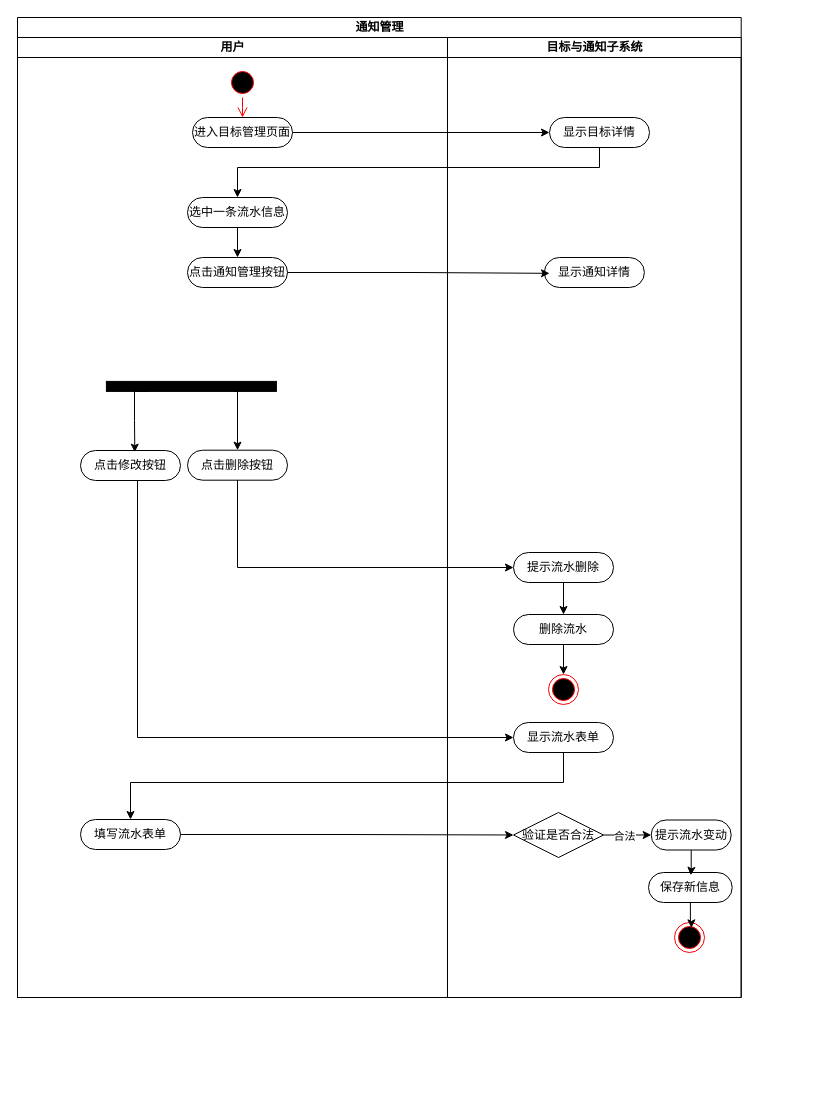
Above: 通知管理活动图.drawio in PomeloLemon/SoftwareDiagrams (draw.io), before the change. Source tidied: cells renumbered, new cells numbered last; positions are measured from the earlier drawing's top-left corner, leaving out a move shared by most shapes. Both pictures are drawn from the tidied source at 100%, with x=0, y=0 at pixel (17, 17).
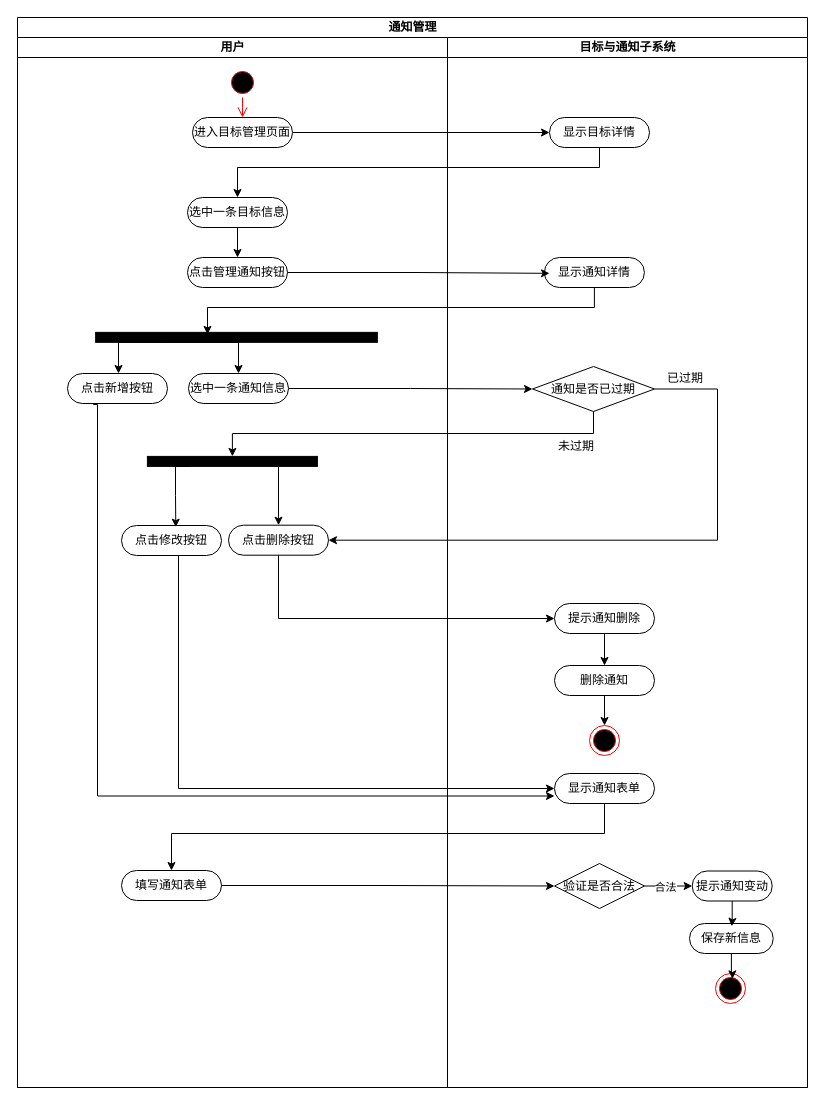
Above is the later version.

Commit message (it also covers changes not shown here):
更新通知管理活动图.drawio

Diff of the diagram source:
```diff
@@
     <mxCell id="2" value="通知管理" style="swimlane;startSize=20;html=1;" parent="1" vertex="1">
-      <mxGeometry width="723.7" height="980" as="geometry" />
+      <mxGeometry width="790" height="1070" as="geometry" />
     </mxCell>
@@
     <mxCell id="4" value="用户" style="swimlane;startSize=20;html=1;" parent="2" vertex="1">
-      <mxGeometry y="20" width="430" height="960" as="geometry" />
+      <mxGeometry y="20" width="430" height="1050" as="geometry" />
     </mxCell>
@@
-    <mxCell id="9" value="选中一条流水信息" style="rounded=1;whiteSpace=wrap;html=1;shadow=0;comic=0;labelBackgroundColor=none;strokeWidth=1;fontFamily=Verdana;fontSize=12;align=center;arcSize=50;" parent="4" vertex="1">
+    <mxCell id="9" value="选中一条目标信息" style="rounded=1;whiteSpace=wrap;html=1;shadow=0;comic=0;labelBackgroundColor=none;strokeWidth=1;fontFamily=Verdana;fontSize=12;align=center;arcSize=50;" parent="4" vertex="1">
       <mxGeometry x="170" y="160" width="100" height="30" as="geometry" />
     </mxCell>
-    <mxCell id="10" style="edgeStyle=orthogonalEdgeStyle;rounded=0;jettySize=auto;html=1;exitX=0.25;exitY=0;exitDx=0;exitDy=0;entryX=0.5;entryY=0;entryDx=0;entryDy=0;" parent="4" edge="1" source="11" target="12">
-      <mxGeometry relative="1" as="geometry">
-        <Array as="points">
-          <mxPoint x="220" y="354" />
-        </Array>
-      </mxGeometry>
-    </mxCell>
-    <mxCell id="11" style="whiteSpace=wrap;html=1;rounded=0;shadow=0;comic=0;labelBackgroundColor=none;strokeWidth=1;fillColor=#000000;fontFamily=Verdana;fontSize=12;align=center;rotation=90;direction=south;" parent="4" vertex="1">
-      <mxGeometry x="168.9" y="263.9" width="10" height="170" as="geometry" />
-    </mxCell>
+    <mxCell id="15" value="点击管理通知按钮" style="rounded=1;whiteSpace=wrap;html=1;shadow=0;comic=0;labelBackgroundColor=none;strokeWidth=1;fontFamily=Verdana;fontSize=12;align=center;arcSize=50;" parent="4" vertex="1">
+      <mxGeometry x="170" y="220" width="100" height="30" as="geometry" />
+    </mxCell>
+    <mxCell id="17" value="目标与通知子系统" style="swimlane;startSize=20;html=1;" parent="2" vertex="1">
+      <mxGeometry x="430" y="20" width="360" height="1050" as="geometry" />
+    </mxCell>
+    <mxCell id="18" value="显示目标详情" style="rounded=1;whiteSpace=wrap;html=1;shadow=0;comic=0;labelBackgroundColor=none;strokeWidth=1;fontFamily=Verdana;fontSize=12;align=center;arcSize=50;" parent="17" vertex="1">
+      <mxGeometry x="102" y="80" width="100" height="30" as="geometry" />
+    </mxCell>
+    <mxCell id="33" value="显示通知详情" style="rounded=1;whiteSpace=wrap;html=1;shadow=0;comic=0;labelBackgroundColor=none;strokeWidth=1;fontFamily=Verdana;fontSize=12;align=center;arcSize=50;" parent="17" vertex="1">
+      <mxGeometry x="96.9" y="220" width="100" height="30" as="geometry" />
+    </mxCell>
+    <mxCell id="38" style="edgeStyle=orthogonalEdgeStyle;rounded=0;jettySize=auto;html=1;entryX=0.5;entryY=0;entryDx=0;entryDy=0;" parent="2" edge="1" source="18" target="9">
+      <mxGeometry relative="1" as="geometry">
+        <Array as="points">
+          <mxPoint x="582" y="150" />
+          <mxPoint x="220" y="150" />
+        </Array>
+      </mxGeometry>
+    </mxCell>
+    <mxCell id="39" style="edgeStyle=orthogonalEdgeStyle;rounded=0;jettySize=auto;html=1;entryX=0.051;entryY=0.528;entryDx=0;entryDy=0;entryPerimeter=0;" parent="2" edge="1" source="15" target="33">
+      <mxGeometry relative="1" as="geometry" />
+    </mxCell>
+    <mxCell id="40" style="edgeStyle=orthogonalEdgeStyle;rounded=0;jettySize=auto;html=1;entryX=0.5;entryY=1;entryDx=0;entryDy=0;" parent="1" edge="1" source="33">
+      <mxGeometry relative="1" as="geometry">
+        <mxPoint x="190" y="316.9" as="targetPoint" />
+        <Array as="points">
+          <mxPoint x="577" y="290" />
+          <mxPoint x="190" y="290" />
+        </Array>
+      </mxGeometry>
+    </mxCell>
+    <mxCell id="41" style="edgeStyle=orthogonalEdgeStyle;rounded=0;jettySize=auto;html=1;exitX=0.75;exitY=0;exitDx=0;exitDy=0;entryX=0.5;entryY=0;entryDx=0;entryDy=0;" parent="1" edge="1" source="43" target="44">
+      <mxGeometry relative="1" as="geometry">
+        <Array as="points">
+          <mxPoint x="221" y="325" />
+        </Array>
+      </mxGeometry>
+    </mxCell>
+    <mxCell id="42" style="edgeStyle=orthogonalEdgeStyle;rounded=0;jettySize=auto;html=1;exitX=0.75;exitY=0;exitDx=0;exitDy=0;entryX=0.5;entryY=0;entryDx=0;entryDy=0;" parent="1" edge="1" source="43">
+      <mxGeometry relative="1" as="geometry">
+        <mxPoint x="101" y="356" as="targetPoint" />
+        <Array as="points">
+          <mxPoint x="101" y="325" />
+        </Array>
+      </mxGeometry>
+    </mxCell>
+    <mxCell id="43" style="whiteSpace=wrap;html=1;rounded=0;shadow=0;comic=0;labelBackgroundColor=none;strokeWidth=1;fillColor=#000000;fontFamily=Verdana;fontSize=12;align=center;rotation=90;direction=south;" parent="1" vertex="1">
+      <mxGeometry x="214" y="179" width="10" height="281.7" as="geometry" />
+    </mxCell>
+    <mxCell id="44" value="选中一条通知信息" style="rounded=1;whiteSpace=wrap;html=1;shadow=0;comic=0;labelBackgroundColor=none;strokeWidth=1;fontFamily=Verdana;fontSize=12;align=center;arcSize=50;" parent="1" vertex="1">
+      <mxGeometry x="171" y="356" width="100" height="30" as="geometry" />
+    </mxCell>
+    <mxCell id="45" style="edgeStyle=orthogonalEdgeStyle;rounded=0;jettySize=auto;html=1;exitX=0.25;exitY=0;exitDx=0;exitDy=0;entryX=0.5;entryY=0;entryDx=0;entryDy=0;" parent="1" edge="1" source="46" target="12">
+      <mxGeometry relative="1" as="geometry">
+        <Array as="points">
+          <mxPoint x="261" y="449" />
+        </Array>
+      </mxGeometry>
+    </mxCell>
+    <mxCell id="46" style="whiteSpace=wrap;html=1;rounded=0;shadow=0;comic=0;labelBackgroundColor=none;strokeWidth=1;fillColor=#000000;fontFamily=Verdana;fontSize=12;align=center;rotation=90;direction=south;" parent="1" vertex="1">
+      <mxGeometry x="209.9" y="358.9" width="10" height="170" as="geometry" />
+    </mxCell>
-    <mxCell id="12" value="点击删除按钮" style="rounded=1;whiteSpace=wrap;html=1;shadow=0;comic=0;labelBackgroundColor=none;strokeWidth=1;fontFamily=Verdana;fontSize=12;align=center;arcSize=50;" parent="4" vertex="1">
-      <mxGeometry x="170" y="412.7" width="100" height="30" as="geometry" />
+    <mxCell id="12" value="点击删除按钮" style="rounded=1;whiteSpace=wrap;html=1;shadow=0;comic=0;labelBackgroundColor=none;strokeWidth=1;fontFamily=Verdana;fontSize=12;align=center;arcSize=50;" parent="1" vertex="1">
+      <mxGeometry x="211" y="507.7" width="100" height="30" as="geometry" />
     </mxCell>
-    <mxCell id="13" value="点击修改按钮" style="rounded=1;whiteSpace=wrap;html=1;shadow=0;comic=0;labelBackgroundColor=none;strokeWidth=1;fontFamily=Verdana;fontSize=12;align=center;arcSize=50;" parent="4" vertex="1">
-      <mxGeometry x="63" y="413" width="100" height="30" as="geometry" />
+    <mxCell id="13" value="点击修改按钮" style="rounded=1;whiteSpace=wrap;html=1;shadow=0;comic=0;labelBackgroundColor=none;strokeWidth=1;fontFamily=Verdana;fontSize=12;align=center;arcSize=50;" parent="1" vertex="1">
+      <mxGeometry x="104" y="508" width="100" height="30" as="geometry" />
     </mxCell>
-    <mxCell id="14" value="填写流水表单" style="rounded=1;whiteSpace=wrap;html=1;shadow=0;comic=0;labelBackgroundColor=none;strokeWidth=1;fontFamily=Verdana;fontSize=12;align=center;arcSize=50;" parent="4" vertex="1">
-      <mxGeometry x="63" y="782" width="100" height="30" as="geometry" />
-    </mxCell>
-    <mxCell id="15" value="点击通知管理按钮" style="rounded=1;whiteSpace=wrap;html=1;shadow=0;comic=0;labelBackgroundColor=none;strokeWidth=1;fontFamily=Verdana;fontSize=12;align=center;arcSize=50;" parent="4" vertex="1">
-      <mxGeometry x="170" y="220" width="100" height="30" as="geometry" />
-    </mxCell>
-    <mxCell id="16" style="edgeStyle=orthogonalEdgeStyle;rounded=0;jettySize=auto;html=1;exitX=0.75;exitY=0;exitDx=0;exitDy=0;entryX=0.543;entryY=0.056;entryDx=0;entryDy=0;entryPerimeter=0;" parent="4" edge="1" source="11" target="13">
-      <mxGeometry relative="1" as="geometry">
-        <Array as="points">
-          <mxPoint x="117" y="354" />
-          <mxPoint x="117" y="383" />
-          <mxPoint x="117" y="383" />
-        </Array>
-      </mxGeometry>
-    </mxCell>
-    <mxCell id="17" value="目标与通知子系统" style="swimlane;startSize=20;html=1;" parent="2" vertex="1">
-      <mxGeometry x="430" y="20" width="293.7" height="960" as="geometry" />
-    </mxCell>
-    <mxCell id="18" value="显示目标详情" style="rounded=1;whiteSpace=wrap;html=1;shadow=0;comic=0;labelBackgroundColor=none;strokeWidth=1;fontFamily=Verdana;fontSize=12;align=center;arcSize=50;" parent="17" vertex="1">
-      <mxGeometry x="102" y="80" width="100" height="30" as="geometry" />
-    </mxCell>
-    <mxCell id="19" style="edgeStyle=orthogonalEdgeStyle;rounded=0;jettySize=auto;html=1;exitX=0.5;exitY=1;exitDx=0;exitDy=0;" parent="17" edge="1" source="20" target="22">
-      <mxGeometry relative="1" as="geometry" />
-    </mxCell>
-    <mxCell id="20" value="提示流水删除" style="rounded=1;whiteSpace=wrap;html=1;shadow=0;comic=0;labelBackgroundColor=none;strokeWidth=1;fontFamily=Verdana;fontSize=12;align=center;arcSize=50;" parent="17" vertex="1">
-      <mxGeometry x="66" y="515" width="100" height="30" as="geometry" />
-    </mxCell>
-    <mxCell id="21" style="edgeStyle=orthogonalEdgeStyle;rounded=0;jettySize=auto;html=1;exitX=0.5;exitY=1;exitDx=0;exitDy=0;" parent="17" edge="1" source="22" target="23">
-      <mxGeometry relative="1" as="geometry" />
-    </mxCell>
-    <mxCell id="22" value="删除流水" style="rounded=1;whiteSpace=wrap;html=1;shadow=0;comic=0;labelBackgroundColor=none;strokeWidth=1;fontFamily=Verdana;fontSize=12;align=center;arcSize=50;" parent="17" vertex="1">
-      <mxGeometry x="66" y="577" width="100" height="30" as="geometry" />
-    </mxCell>
-    <mxCell id="23" style="ellipse;html=1;shape=endState;fillColor=#000000;strokeColor=#ff0000;" parent="17" vertex="1">
-      <mxGeometry x="101" y="637" width="30" height="30" as="geometry" />
-    </mxCell>
-    <mxCell id="24" value="显示流水表单" style="rounded=1;whiteSpace=wrap;html=1;shadow=0;comic=0;labelBackgroundColor=none;strokeWidth=1;fontFamily=Verdana;fontSize=12;align=center;arcSize=50;" parent="17" vertex="1">
-      <mxGeometry x="66" y="685" width="100" height="30" as="geometry" />
-    </mxCell>
+    <mxCell id="47" value="填写通知表单" style="rounded=1;whiteSpace=wrap;html=1;shadow=0;comic=0;labelBackgroundColor=none;strokeWidth=1;fontFamily=Verdana;fontSize=12;align=center;arcSize=50;" parent="1" vertex="1">
+      <mxGeometry x="104" y="853" width="100" height="30" as="geometry" />
+    </mxCell>
+    <mxCell id="48" value="点击新增按钮" style="rounded=1;whiteSpace=wrap;html=1;shadow=0;comic=0;labelBackgroundColor=none;strokeWidth=1;fontFamily=Verdana;fontSize=12;align=center;arcSize=50;" parent="1" vertex="1">
+      <mxGeometry x="50" y="356" width="100" height="30" as="geometry" />
+    </mxCell>
+    <mxCell id="49" style="edgeStyle=orthogonalEdgeStyle;rounded=0;jettySize=auto;html=1;exitX=0.75;exitY=0;exitDx=0;exitDy=0;entryX=0.543;entryY=0.056;entryDx=0;entryDy=0;entryPerimeter=0;" parent="1" edge="1" source="46" target="13">
+      <mxGeometry relative="1" as="geometry">
+        <Array as="points">
+          <mxPoint x="158" y="449" />
+          <mxPoint x="158" y="478" />
+          <mxPoint x="158" y="478" />
+        </Array>
+      </mxGeometry>
+    </mxCell>
+    <mxCell id="50" style="edgeStyle=orthogonalEdgeStyle;rounded=0;jettySize=auto;html=1;exitX=0.5;exitY=1;exitDx=0;exitDy=0;" parent="1" edge="1" source="51" target="53">
+      <mxGeometry relative="1" as="geometry" />
+    </mxCell>
+    <mxCell id="51" value="提示通知删除" style="rounded=1;whiteSpace=wrap;html=1;shadow=0;comic=0;labelBackgroundColor=none;strokeWidth=1;fontFamily=Verdana;fontSize=12;align=center;arcSize=50;" parent="1" vertex="1">
+      <mxGeometry x="537" y="586" width="100" height="30" as="geometry" />
+    </mxCell>
+    <mxCell id="52" style="edgeStyle=orthogonalEdgeStyle;rounded=0;jettySize=auto;html=1;exitX=0.5;exitY=1;exitDx=0;exitDy=0;" parent="1" edge="1" source="53" target="54">
+      <mxGeometry relative="1" as="geometry" />
+    </mxCell>
+    <mxCell id="53" value="删除通知" style="rounded=1;whiteSpace=wrap;html=1;shadow=0;comic=0;labelBackgroundColor=none;strokeWidth=1;fontFamily=Verdana;fontSize=12;align=center;arcSize=50;" parent="1" vertex="1">
+      <mxGeometry x="537" y="648" width="100" height="30" as="geometry" />
+    </mxCell>
+    <mxCell id="54" style="ellipse;html=1;shape=endState;fillColor=#000000;strokeColor=#ff0000;" parent="1" vertex="1">
+      <mxGeometry x="572" y="708" width="30" height="30" as="geometry" />
+    </mxCell>
+    <mxCell id="55" value="显示通知表单" style="rounded=1;whiteSpace=wrap;html=1;shadow=0;comic=0;labelBackgroundColor=none;strokeWidth=1;fontFamily=Verdana;fontSize=12;align=center;arcSize=50;" parent="1" vertex="1">
+      <mxGeometry x="537" y="756" width="100" height="30" as="geometry" />
+    </mxCell>
-    <mxCell id="25" value="验证是否合法" style="rhombus;whiteSpace=wrap;html=1;" parent="17" vertex="1">
-      <mxGeometry x="66" y="775" width="90" height="45" as="geometry" />
+    <mxCell id="25" value="验证是否合法" style="rhombus;whiteSpace=wrap;html=1;" parent="1" vertex="1">
+      <mxGeometry x="537" y="846" width="90" height="45" as="geometry" />
     </mxCell>
-    <mxCell id="26" value="提示流水变动" style="rounded=1;whiteSpace=wrap;html=1;shadow=0;comic=0;labelBackgroundColor=none;strokeWidth=1;fontFamily=Verdana;fontSize=12;align=center;arcSize=50;" parent="17" vertex="1">
-      <mxGeometry x="203.7" y="782.5" width="80" height="30" as="geometry" />
-    </mxCell>
-    <mxCell id="27" style="edgeStyle=orthogonalEdgeStyle;rounded=0;jettySize=auto;html=1;entryX=0;entryY=0.5;entryDx=0;entryDy=0;exitX=1;exitY=0.5;exitDx=0;exitDy=0;" parent="17" edge="1" source="25" target="26">
-      <mxGeometry relative="1" as="geometry" />
-    </mxCell>
+    <mxCell id="56" value="提示通知变动" style="rounded=1;whiteSpace=wrap;html=1;shadow=0;comic=0;labelBackgroundColor=none;strokeWidth=1;fontFamily=Verdana;fontSize=12;align=center;arcSize=50;" parent="1" vertex="1">
+      <mxGeometry x="674.7" y="853.5" width="80" height="30" as="geometry" />
+    </mxCell>
+    <mxCell id="57" style="edgeStyle=orthogonalEdgeStyle;rounded=0;jettySize=auto;html=1;entryX=0;entryY=0.5;entryDx=0;entryDy=0;exitX=1;exitY=0.5;exitDx=0;exitDy=0;" parent="1" edge="1" source="25" target="56">
+      <mxGeometry relative="1" as="geometry" />
+    </mxCell>
-    <mxCell id="28" value="合法" style="edgeLabel;html=1;align=center;verticalAlign=middle;" parent="27" vertex="1">
+    <mxCell id="28" value="合法" style="edgeLabel;html=1;align=center;verticalAlign=middle;" parent="57" vertex="1">
       <mxGeometry x="-0.15" y="-1" relative="1" as="geometry" />
     </mxCell>
-    <mxCell id="29" value="保存新信息" style="rounded=1;whiteSpace=wrap;html=1;shadow=0;comic=0;labelBackgroundColor=none;strokeWidth=1;fontFamily=Verdana;fontSize=12;align=center;arcSize=50;" parent="17" vertex="1">
-      <mxGeometry x="201" y="835" width="83.7" height="30" as="geometry" />
+    <mxCell id="29" value="保存新信息" style="rounded=1;whiteSpace=wrap;html=1;shadow=0;comic=0;labelBackgroundColor=none;strokeWidth=1;fontFamily=Verdana;fontSize=12;align=center;arcSize=50;" parent="1" vertex="1">
+      <mxGeometry x="672" y="906" width="83.7" height="30" as="geometry" />
     </mxCell>
-    <mxCell id="30" style="edgeStyle=orthogonalEdgeStyle;rounded=0;jettySize=auto;html=1;entryX=0.505;entryY=0.093;entryDx=0;entryDy=0;entryPerimeter=0;" parent="17" edge="1" source="26" target="29">
-      <mxGeometry relative="1" as="geometry" />
-    </mxCell>
-    <mxCell id="31" style="ellipse;html=1;shape=endState;fillColor=#000000;strokeColor=#ff0000;" parent="17" vertex="1">
-      <mxGeometry x="227" y="885" width="30" height="30" as="geometry" />
-    </mxCell>
-    <mxCell id="32" style="edgeStyle=orthogonalEdgeStyle;rounded=0;jettySize=auto;html=1;entryX=0.564;entryY=0.179;entryDx=0;entryDy=0;entryPerimeter=0;" parent="17" edge="1" source="29" target="31">
-      <mxGeometry relative="1" as="geometry" />
-    </mxCell>
-    <mxCell id="33" value="显示通知详情" style="rounded=1;whiteSpace=wrap;html=1;shadow=0;comic=0;labelBackgroundColor=none;strokeWidth=1;fontFamily=Verdana;fontSize=12;align=center;arcSize=50;" parent="17" vertex="1">
-      <mxGeometry x="96.9" y="220" width="100" height="30" as="geometry" />
-    </mxCell>
-    <mxCell id="34" style="edgeStyle=orthogonalEdgeStyle;rounded=0;jettySize=auto;html=1;exitX=0.5;exitY=1;exitDx=0;exitDy=0;entryX=0;entryY=0.5;entryDx=0;entryDy=0;" parent="2" edge="1" source="12" target="20">
-      <mxGeometry relative="1" as="geometry" />
-    </mxCell>
-    <mxCell id="35" style="edgeStyle=orthogonalEdgeStyle;rounded=0;jettySize=auto;html=1;entryX=0.5;entryY=0;entryDx=0;entryDy=0;" parent="2" edge="1" source="24" target="14">
-      <mxGeometry relative="1" as="geometry">
-        <Array as="points">
-          <mxPoint x="546" y="765" />
-          <mxPoint x="113" y="765" />
-        </Array>
-      </mxGeometry>
-    </mxCell>
-    <mxCell id="36" style="edgeStyle=orthogonalEdgeStyle;rounded=0;jettySize=auto;html=1;entryX=0;entryY=0.5;entryDx=0;entryDy=0;" parent="2" edge="1" source="14" target="25">
-      <mxGeometry relative="1" as="geometry" />
-    </mxCell>
-    <mxCell id="37" style="edgeStyle=orthogonalEdgeStyle;rounded=0;jettySize=auto;html=1;entryX=0;entryY=0.5;entryDx=0;entryDy=0;" parent="2" edge="1" source="13" target="24">
-      <mxGeometry relative="1" as="geometry">
-        <Array as="points">
-          <mxPoint x="120" y="720" />
-        </Array>
-      </mxGeometry>
-    </mxCell>
-    <mxCell id="38" style="edgeStyle=orthogonalEdgeStyle;rounded=0;jettySize=auto;html=1;entryX=0.5;entryY=0;entryDx=0;entryDy=0;" parent="2" edge="1" source="18" target="9">
-      <mxGeometry relative="1" as="geometry">
-        <Array as="points">
-          <mxPoint x="582" y="150" />
-          <mxPoint x="220" y="150" />
-        </Array>
-      </mxGeometry>
-    </mxCell>
-    <mxCell id="39" style="edgeStyle=orthogonalEdgeStyle;rounded=0;jettySize=auto;html=1;entryX=0.051;entryY=0.528;entryDx=0;entryDy=0;entryPerimeter=0;" parent="2" edge="1" source="15" target="33">
-      <mxGeometry relative="1" as="geometry" />
-    </mxCell>
+    <mxCell id="58" style="edgeStyle=orthogonalEdgeStyle;rounded=0;jettySize=auto;html=1;entryX=0.505;entryY=0.093;entryDx=0;entryDy=0;entryPerimeter=0;" parent="1" edge="1" source="56" target="29">
+      <mxGeometry relative="1" as="geometry" />
+    </mxCell>
+    <mxCell id="59" style="ellipse;html=1;shape=endState;fillColor=#000000;strokeColor=#ff0000;" parent="1" vertex="1">
+      <mxGeometry x="698" y="956" width="30" height="30" as="geometry" />
+    </mxCell>
+    <mxCell id="60" style="edgeStyle=orthogonalEdgeStyle;rounded=0;jettySize=auto;html=1;entryX=0.564;entryY=0.179;entryDx=0;entryDy=0;entryPerimeter=0;" parent="1" edge="1" source="29" target="59">
+      <mxGeometry relative="1" as="geometry" />
+    </mxCell>
+    <mxCell id="61" value="通知是否已过期" style="rhombus;whiteSpace=wrap;html=1;" parent="1" vertex="1">
+      <mxGeometry x="515" y="349" width="122" height="45" as="geometry" />
+    </mxCell>
+    <mxCell id="62" value="已过期" style="text;html=1;strokeColor=none;fillColor=none;align=center;verticalAlign=middle;whiteSpace=wrap;rounded=0;" parent="1" vertex="1">
+      <mxGeometry x="638" y="346" width="60" height="30" as="geometry" />
+    </mxCell>
+    <mxCell id="63" value="未过期" style="text;html=1;strokeColor=none;fillColor=none;align=center;verticalAlign=middle;whiteSpace=wrap;rounded=0;" parent="1" vertex="1">
+      <mxGeometry x="529" y="414" width="60" height="30" as="geometry" />
+    </mxCell>
+    <mxCell id="64" style="edgeStyle=orthogonalEdgeStyle;rounded=0;jettySize=auto;html=1;exitX=0.5;exitY=1;exitDx=0;exitDy=0;entryX=0;entryY=0.5;entryDx=0;entryDy=0;" parent="1" edge="1" source="12" target="51">
+      <mxGeometry relative="1" as="geometry" />
+    </mxCell>
+    <mxCell id="65" style="edgeStyle=orthogonalEdgeStyle;rounded=0;jettySize=auto;html=1;entryX=0.5;entryY=0;entryDx=0;entryDy=0;" parent="1" edge="1" source="55" target="47">
+      <mxGeometry relative="1" as="geometry">
+        <Array as="points">
+          <mxPoint x="587" y="816" />
+          <mxPoint x="154" y="816" />
+        </Array>
+      </mxGeometry>
+    </mxCell>
+    <mxCell id="66" style="edgeStyle=orthogonalEdgeStyle;rounded=0;jettySize=auto;html=1;entryX=0;entryY=0.5;entryDx=0;entryDy=0;" parent="1" edge="1" source="47" target="25">
+      <mxGeometry relative="1" as="geometry" />
+    </mxCell>
+    <mxCell id="67" style="edgeStyle=orthogonalEdgeStyle;rounded=0;jettySize=auto;html=1;entryX=0;entryY=0.5;entryDx=0;entryDy=0;" parent="1" edge="1" source="13" target="55">
+      <mxGeometry relative="1" as="geometry">
+        <Array as="points">
+          <mxPoint x="161" y="771" />
+        </Array>
+      </mxGeometry>
+    </mxCell>
+    <mxCell id="68" style="edgeStyle=orthogonalEdgeStyle;rounded=0;jettySize=auto;html=1;exitX=0.25;exitY=1;exitDx=0;exitDy=0;entryX=0;entryY=0.75;entryDx=0;entryDy=0;" parent="1" edge="1" target="55">
+      <mxGeometry relative="1" as="geometry">
+        <mxPoint x="76" y="386" as="sourcePoint" />
+        <Array as="points">
+          <mxPoint x="76" y="387" />
+          <mxPoint x="80" y="387" />
+          <mxPoint x="80" y="779" />
+        </Array>
+      </mxGeometry>
+    </mxCell>
+    <mxCell id="69" style="edgeStyle=orthogonalEdgeStyle;rounded=0;jettySize=auto;html=1;" parent="1" edge="1" source="44" target="61">
+      <mxGeometry relative="1" as="geometry" />
+    </mxCell>
+    <mxCell id="70" style="edgeStyle=orthogonalEdgeStyle;rounded=0;jettySize=auto;html=1;exitX=0.5;exitY=1;exitDx=0;exitDy=0;entryX=0.5;entryY=1;entryDx=0;entryDy=0;" parent="1" edge="1" source="61" target="46">
+      <mxGeometry relative="1" as="geometry">
+        <Array as="points">
+          <mxPoint x="576" y="416" />
+          <mxPoint x="215" y="416" />
+        </Array>
+      </mxGeometry>
+    </mxCell>
+    <mxCell id="71" style="edgeStyle=orthogonalEdgeStyle;rounded=0;jettySize=auto;html=1;entryX=1;entryY=0.5;entryDx=0;entryDy=0;" parent="1" edge="1" source="61" target="12">
+      <mxGeometry relative="1" as="geometry">
+        <Array as="points">
+          <mxPoint x="700" y="372" />
+          <mxPoint x="700" y="523" />
+        </Array>
+      </mxGeometry>
+    </mxCell>
```
